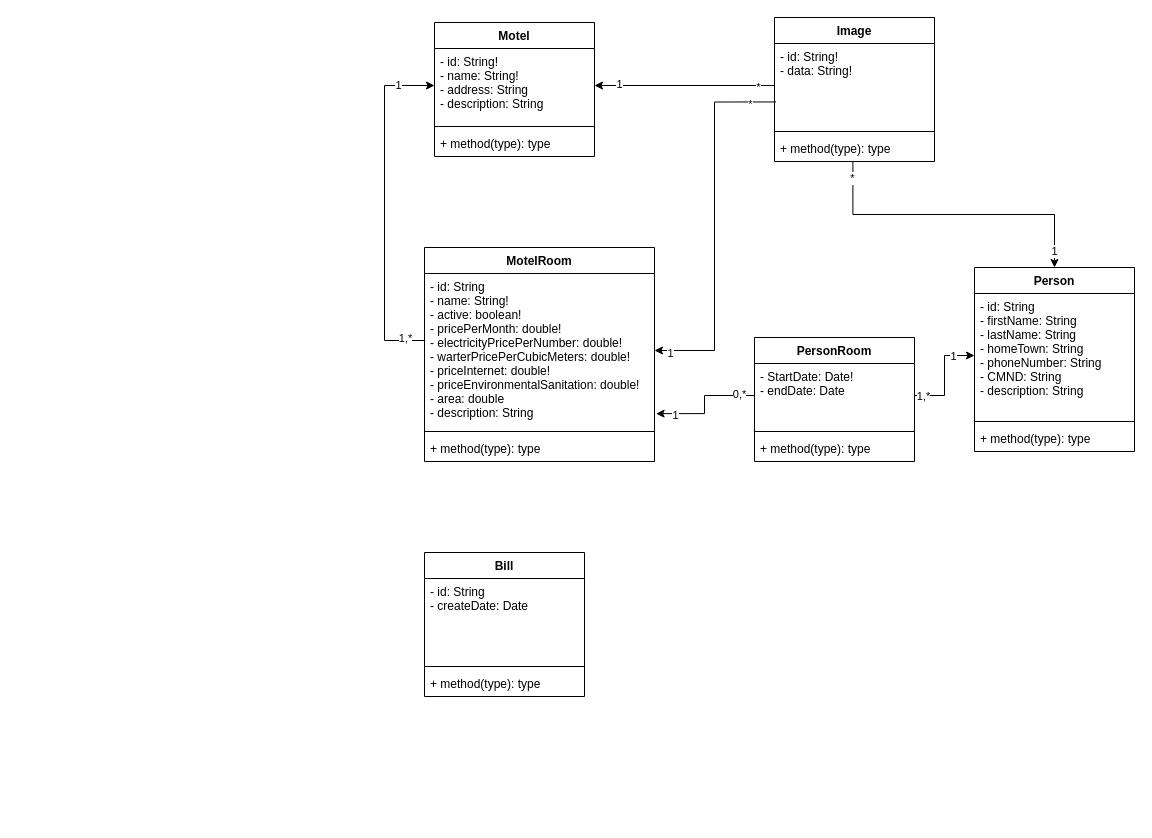
The draw.io diagram PTTT.drawio in duchoan6814/Truong-Duc-Hoan, before the edit. Source tidied: cells renumbered, new cells numbered last; positions are measured from the earlier drawing's top-left corner, leaving out a move shared by most shapes. Both pictures are drawn from the tidied source at 100%, with x=0, y=0 at pixel (384, 17).
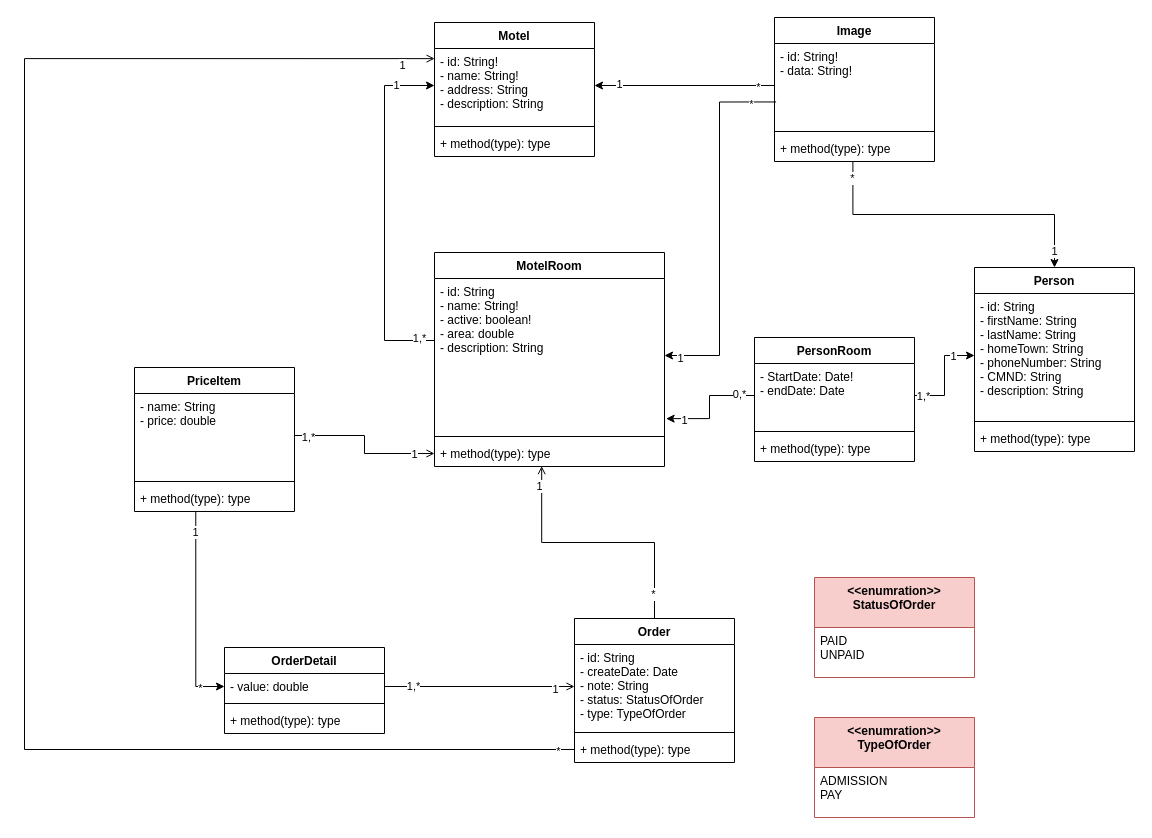
The same diagram, later.

The change refers to these unchanged cells:
```xml
<mxCell id="3" value="- id: String!&#10;- name: String!&#10;- address: String&#10;- description: String" style="text;strokeColor=none;fillColor=none;align=left;verticalAlign=top;spacingLeft=4;spacingRight=4;overflow=hidden;points=[[0,0.5],[1,0.5]];portConstraint=eastwest;" parent="2" vertex="1">
  <mxGeometry y="26" width="160" height="74" as="geometry" />
</mxCell>
<mxCell id="19" value="+ method(type): type" style="text;strokeColor=none;fillColor=none;align=left;verticalAlign=top;spacingLeft=4;spacingRight=4;overflow=hidden;points=[[0,0.5],[1,0.5]];portConstraint=eastwest;" parent="16" vertex="1">
  <mxGeometry y="188" width="230" height="26" as="geometry" />
</mxCell>
<mxCell id="43" value="+ method(type): type" style="text;strokeColor=none;fillColor=none;align=left;verticalAlign=top;spacingLeft=4;spacingRight=4;overflow=hidden;points=[[0,0.5],[1,0.5]];portConstraint=eastwest;" parent="40" vertex="1">
  <mxGeometry y="118" width="160" height="26" as="geometry" />
</mxCell>
```

Diff of the diagram source:
```diff
@@
     <mxCell id="16" value="MotelRoom" style="swimlane;fontStyle=1;align=center;verticalAlign=top;horizontal=1;startSize=26;" parent="1" vertex="1">
-      <mxGeometry x="40" y="230" width="230" height="214" as="geometry" />
+      <mxGeometry x="50" y="235" width="230" height="214" as="geometry" />
     </mxCell>
-    <mxCell id="17" value="- id: String&#10;- name: String!&#10;- active: boolean!&#10;- pricePerMonth: double!&#10;- electricityPricePerNumber: double!&#10;- warterPricePerCubicMeters: double!&#10;- priceInternet: double!&#10;- priceEnvironmentalSanitation: double!&#10;- area: double&#10;- description: String" style="text;strokeColor=none;fillColor=none;align=left;verticalAlign=top;spacingLeft=4;spacingRight=4;overflow=hidden;points=[[0,0.5],[1,0.5]];portConstraint=eastwest;" parent="16" vertex="1">
+    <mxCell id="17" value="- id: String&#10;- name: String!&#10;- active: boolean!&#10;- area: double&#10;- description: String" style="text;strokeColor=none;fillColor=none;align=left;verticalAlign=top;spacingLeft=4;spacingRight=4;overflow=hidden;points=[[0,0.5],[1,0.5]];portConstraint=eastwest;" parent="16" vertex="1">
       <mxGeometry y="26" width="230" height="154" as="geometry" />
     </mxCell>
@@
+    <mxCell id="44" style="edgeStyle=orthogonalEdgeStyle;rounded=0;jettySize=auto;html=1;exitX=0.5;exitY=0;exitDx=0;exitDy=0;entryX=0.466;entryY=0.987;entryDx=0;entryDy=0;entryPerimeter=0;startArrow=none;startFill=0;endArrow=open;endFill=0;" parent="1" edge="1" source="40" target="19">
+      <mxGeometry relative="1" as="geometry" />
+    </mxCell>
+    <mxCell id="45" value="1" style="edgeLabel;html=1;align=center;verticalAlign=middle;" parent="44" vertex="1">
+      <mxGeometry x="0.85" y="3" relative="1" as="geometry" />
+    </mxCell>
+    <mxCell id="46" value="*" style="edgeLabel;html=1;align=center;verticalAlign=middle;" parent="44" vertex="1">
+      <mxGeometry x="-0.81" y="2" relative="1" as="geometry" />
+    </mxCell>
-    <mxCell id="40" value="Bill" style="swimlane;fontStyle=1;align=center;verticalAlign=top;horizontal=1;startSize=26;" parent="1" vertex="1">
-      <mxGeometry x="40" y="535" width="160" height="144" as="geometry" />
+    <mxCell id="40" value="Order" style="swimlane;fontStyle=1;align=center;verticalAlign=top;horizontal=1;startSize=26;" parent="1" vertex="1">
+      <mxGeometry x="190" y="601" width="160" height="144" as="geometry" />
     </mxCell>
-    <mxCell id="41" value="- id: String&#10;- createDate: Date&#10;" style="text;strokeColor=none;fillColor=none;align=left;verticalAlign=top;spacingLeft=4;spacingRight=4;overflow=hidden;points=[[0,0.5],[1,0.5]];portConstraint=eastwest;" parent="40" vertex="1">
+    <mxCell id="41" value="- id: String&#10;- createDate: Date&#10;- note: String&#10;- status: StatusOfOrder&#10;- type: TypeOfOrder" style="text;strokeColor=none;fillColor=none;align=left;verticalAlign=top;spacingLeft=4;spacingRight=4;overflow=hidden;points=[[0,0.5],[1,0.5]];portConstraint=eastwest;" parent="40" vertex="1">
       <mxGeometry y="26" width="160" height="84" as="geometry" />
     </mxCell>
@@
+    <mxCell id="47" value="PriceItem" style="swimlane;fontStyle=1;align=center;verticalAlign=top;horizontal=1;startSize=26;" parent="1" vertex="1">
+      <mxGeometry x="-250" y="350" width="160" height="144" as="geometry" />
+    </mxCell>
+    <mxCell id="48" value="- name: String&#10;- price: double" style="text;strokeColor=none;fillColor=none;align=left;verticalAlign=top;spacingLeft=4;spacingRight=4;overflow=hidden;points=[[0,0.5],[1,0.5]];portConstraint=eastwest;" parent="47" vertex="1">
+      <mxGeometry y="26" width="160" height="84" as="geometry" />
+    </mxCell>
+    <mxCell id="49" style="line;strokeWidth=1;fillColor=none;align=left;verticalAlign=middle;spacingTop=-1;spacingLeft=3;spacingRight=3;labelPosition=right;" parent="47" vertex="1">
+      <mxGeometry y="110" width="160" height="8" as="geometry" />
+    </mxCell>
+    <mxCell id="50" value="+ method(type): type" style="text;strokeColor=none;fillColor=none;align=left;verticalAlign=top;spacingLeft=4;spacingRight=4;overflow=hidden;points=[[0,0.5],[1,0.5]];portConstraint=eastwest;" parent="47" vertex="1">
+      <mxGeometry y="118" width="160" height="26" as="geometry" />
+    </mxCell>
+    <mxCell id="51" value="OrderDetail" style="swimlane;fontStyle=1;align=center;verticalAlign=top;horizontal=1;startSize=26;" parent="1" vertex="1">
+      <mxGeometry x="-160" y="630" width="160" height="86" as="geometry" />
+    </mxCell>
+    <mxCell id="52" value="- value: double" style="text;strokeColor=none;fillColor=none;align=left;verticalAlign=top;spacingLeft=4;spacingRight=4;overflow=hidden;points=[[0,0.5],[1,0.5]];portConstraint=eastwest;" parent="51" vertex="1">
+      <mxGeometry y="26" width="160" height="26" as="geometry" />
+    </mxCell>
+    <mxCell id="53" style="line;strokeWidth=1;fillColor=none;align=left;verticalAlign=middle;spacingTop=-1;spacingLeft=3;spacingRight=3;labelPosition=right;" parent="51" vertex="1">
+      <mxGeometry y="52" width="160" height="8" as="geometry" />
+    </mxCell>
+    <mxCell id="54" value="+ method(type): type" style="text;strokeColor=none;fillColor=none;align=left;verticalAlign=top;spacingLeft=4;spacingRight=4;overflow=hidden;" parent="51" vertex="1">
+      <mxGeometry y="60" width="160" height="26" as="geometry" />
+    </mxCell>
+    <mxCell id="55" style="edgeStyle=orthogonalEdgeStyle;rounded=0;jettySize=auto;html=1;exitX=0;exitY=0.5;exitDx=0;exitDy=0;entryX=0.383;entryY=1.019;entryDx=0;entryDy=0;entryPerimeter=0;startArrow=classic;startFill=1;endArrow=none;endFill=0;" parent="1" edge="1" source="52" target="50">
+      <mxGeometry relative="1" as="geometry" />
+    </mxCell>
+    <mxCell id="56" value="1" style="edgeLabel;html=1;align=center;verticalAlign=middle;" parent="55" vertex="1">
+      <mxGeometry x="0.8" y="1" relative="1" as="geometry" />
+    </mxCell>
+    <mxCell id="57" value="*" style="edgeLabel;html=1;align=center;verticalAlign=middle;" parent="55" vertex="1">
+      <mxGeometry x="-0.75" y="1" relative="1" as="geometry" />
+    </mxCell>
+    <mxCell id="58" style="edgeStyle=orthogonalEdgeStyle;rounded=0;jettySize=auto;html=1;exitX=1;exitY=0.5;exitDx=0;exitDy=0;entryX=0;entryY=0.5;entryDx=0;entryDy=0;startArrow=none;startFill=0;endArrow=open;endFill=0;" parent="1" edge="1" source="52" target="41">
+      <mxGeometry relative="1" as="geometry" />
+    </mxCell>
+    <mxCell id="59" value="1" style="edgeLabel;html=1;align=center;verticalAlign=middle;" parent="58" vertex="1">
+      <mxGeometry x="0.79" y="-2" relative="1" as="geometry" />
+    </mxCell>
+    <mxCell id="60" value="1,*" style="edgeLabel;html=1;align=center;verticalAlign=middle;" parent="58" vertex="1">
+      <mxGeometry x="-0.71" y="1" relative="1" as="geometry" />
+    </mxCell>
+    <mxCell id="61" style="edgeStyle=orthogonalEdgeStyle;rounded=0;jettySize=auto;html=1;exitX=1;exitY=0.5;exitDx=0;exitDy=0;entryX=0;entryY=0.5;entryDx=0;entryDy=0;startArrow=none;startFill=0;endArrow=open;endFill=0;" parent="1" edge="1" source="48" target="19">
+      <mxGeometry relative="1" as="geometry" />
+    </mxCell>
+    <mxCell id="62" value="1" style="edgeLabel;html=1;align=center;verticalAlign=middle;" parent="61" vertex="1">
+      <mxGeometry x="0.73" relative="1" as="geometry" />
+    </mxCell>
+    <mxCell id="63" value="1,*" style="edgeLabel;html=1;align=center;verticalAlign=middle;" parent="61" vertex="1">
+      <mxGeometry x="-0.84" y="-1" relative="1" as="geometry" />
+    </mxCell>
+    <mxCell id="64" value="&lt;&lt;enumration&gt;&gt;&#10;StatusOfOrder" style="swimlane;fontStyle=1;align=center;verticalAlign=top;horizontal=1;startSize=50;fillColor=#f8cecc;strokeColor=#b85450;" parent="1" vertex="1">
+      <mxGeometry x="430" y="560" width="160" height="100" as="geometry" />
+    </mxCell>
+    <mxCell id="65" value="PAID&#10;UNPAID" style="text;strokeColor=none;fillColor=none;align=left;verticalAlign=top;spacingLeft=4;spacingRight=4;overflow=hidden;" parent="64" vertex="1">
+      <mxGeometry y="50" width="160" height="50" as="geometry" />
+    </mxCell>
+    <mxCell id="66" style="edgeStyle=orthogonalEdgeStyle;rounded=0;jettySize=auto;html=1;exitX=0;exitY=0.5;exitDx=0;exitDy=0;entryX=0.001;entryY=0.137;entryDx=0;entryDy=0;entryPerimeter=0;startArrow=none;startFill=0;endArrow=open;endFill=0;" parent="1" edge="1" source="43" target="3">
+      <mxGeometry relative="1" as="geometry">
+        <Array as="points">
+          <mxPoint x="-360" y="732" />
+          <mxPoint x="-360" y="41" />
+        </Array>
+      </mxGeometry>
+    </mxCell>
+    <mxCell id="67" value="1" style="edgeLabel;html=1;align=center;verticalAlign=middle;" parent="66" vertex="1">
+      <mxGeometry x="0.96" y="-6" relative="1" as="geometry" />
+    </mxCell>
+    <mxCell id="68" value="*" style="edgeLabel;html=1;align=center;verticalAlign=middle;" parent="66" vertex="1">
+      <mxGeometry x="-0.98" y="1" relative="1" as="geometry" />
+    </mxCell>
+    <mxCell id="69" value="&lt;&lt;enumration&gt;&gt;&#10;TypeOfOrder" style="swimlane;fontStyle=1;align=center;verticalAlign=top;horizontal=1;startSize=50;fillColor=#f8cecc;strokeColor=#b85450;" parent="1" vertex="1">
+      <mxGeometry x="430" y="700" width="160" height="100" as="geometry" />
+    </mxCell>
+    <mxCell id="70" value="ADMISSION&#10;PAY" style="text;strokeColor=none;fillColor=none;align=left;verticalAlign=top;spacingLeft=4;spacingRight=4;overflow=hidden;" parent="69" vertex="1">
+      <mxGeometry y="50" width="160" height="50" as="geometry" />
+    </mxCell>
```
